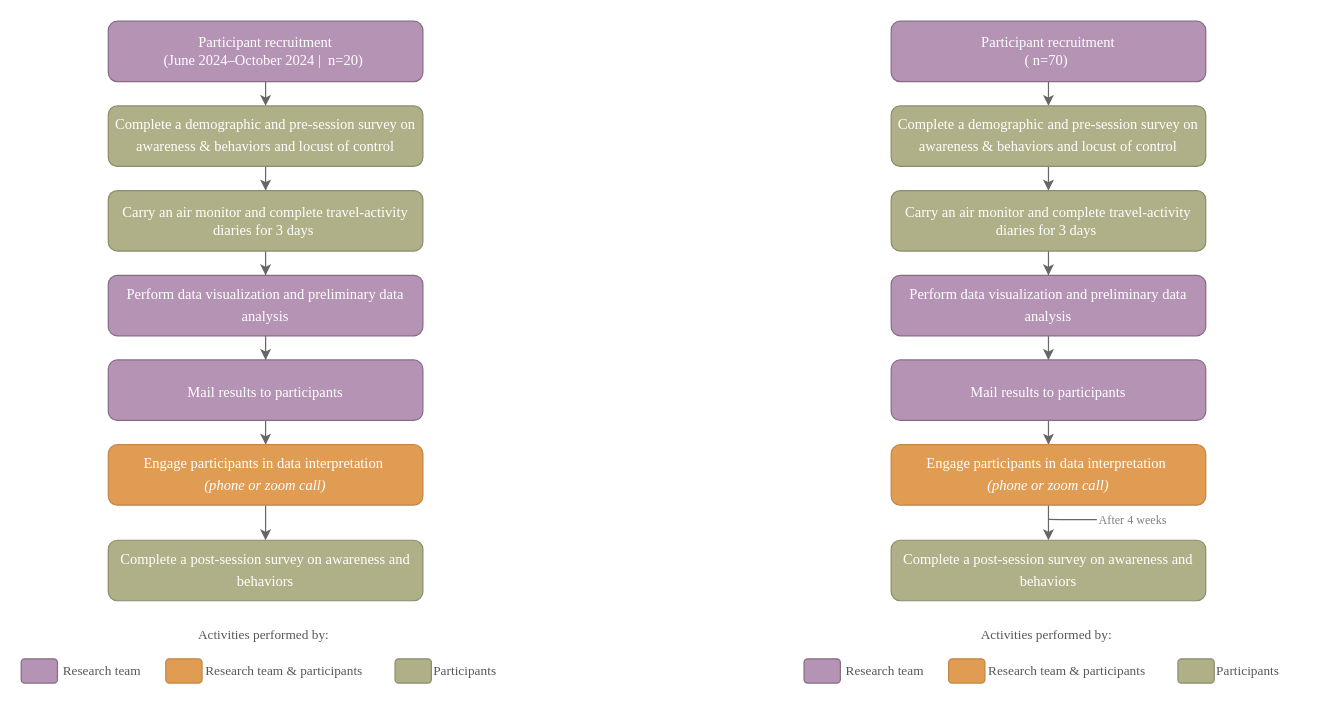
The draw.io diagram AirQualityDissertation.drawio in dealchre/gradDrawio, before the edit. Source tidied: cells renumbered, new cells numbered last; positions are measured from the earlier drawing's top-left corner, leaving out a move shared by most shapes. Both pictures are drawn from the tidied source at 121%, with x=0, y=0 at pixel (21, 21).
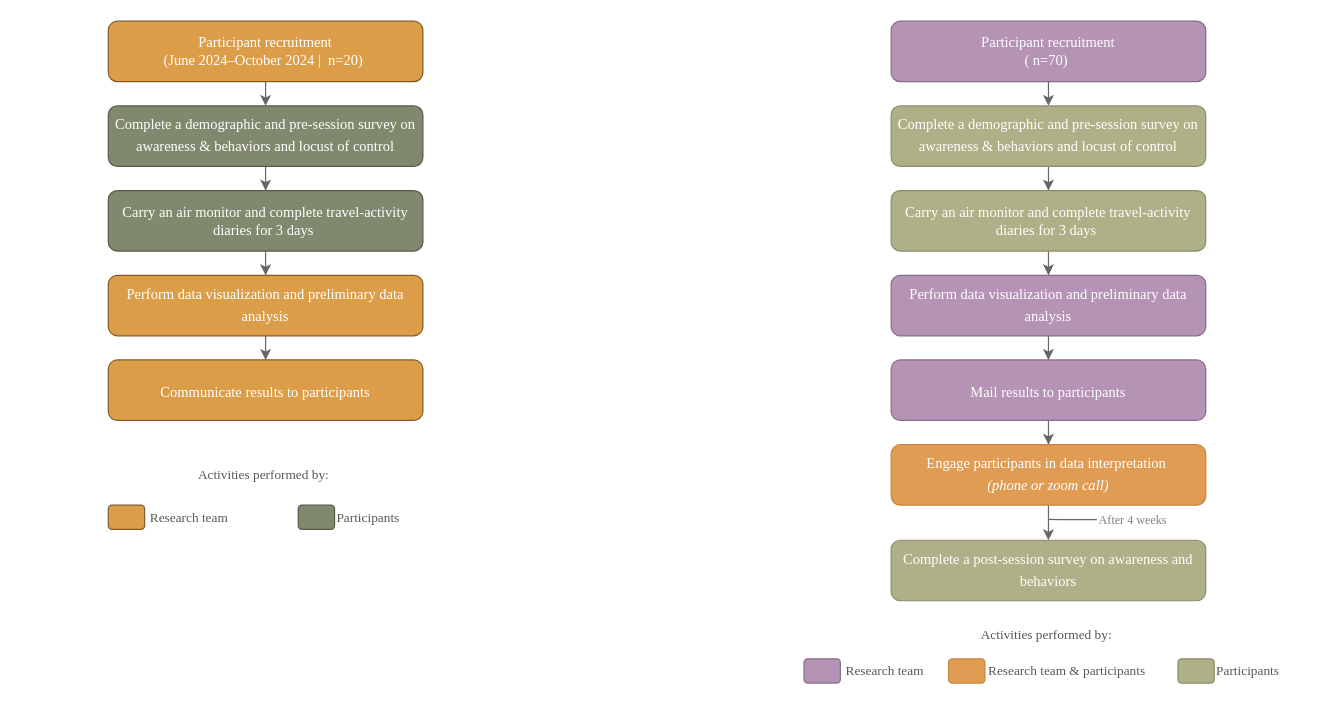
The same page after the edit.

The edit, as a diff of the source:
```diff
@@
-    <mxCell id="2" value="&lt;font style=&quot;font-size: 12px;&quot;&gt;Participant recruitment&lt;/font&gt;&lt;div&gt;&lt;font style=&quot;font-size: 12px;&quot;&gt;(June&lt;span style=&quot;text-align: start;&quot;&gt;&amp;nbsp;2024–October&lt;/span&gt;&lt;span style=&quot;text-align: start;&quot;&gt;&amp;nbsp;&lt;/span&gt;&lt;span style=&quot;text-align: start;&quot;&gt;&lt;/span&gt;2024 |&amp;nbsp;&lt;/font&gt;&lt;span style=&quot;background-color: initial;&quot;&gt;&amp;nbsp;n=20&lt;/span&gt;&lt;span style=&quot;background-color: initial;&quot;&gt;)&amp;nbsp;&lt;/span&gt;&lt;/div&gt;" style="rounded=1;whiteSpace=wrap;html=1;fontFamily=Times New Roman;fillColor=#B593B4;strokeColor=#856C84;fontColor=#FFFFFF;" parent="1" vertex="1">
+    <mxCell id="2" value="&lt;font style=&quot;font-size: 12px;&quot;&gt;Participant recruitment&lt;/font&gt;&lt;div&gt;&lt;font style=&quot;font-size: 12px;&quot;&gt;(June&lt;span style=&quot;text-align: start;&quot;&gt;&amp;nbsp;2024–October&lt;/span&gt;&lt;span style=&quot;text-align: start;&quot;&gt;&amp;nbsp;&lt;/span&gt;&lt;span style=&quot;text-align: start;&quot;&gt;&lt;/span&gt;2024 |&amp;nbsp;&lt;/font&gt;&lt;span style=&quot;background-color: initial;&quot;&gt;&amp;nbsp;n=20&lt;/span&gt;&lt;span style=&quot;background-color: initial;&quot;&gt;)&amp;nbsp;&lt;/span&gt;&lt;/div&gt;" style="rounded=1;whiteSpace=wrap;html=1;fontFamily=Times New Roman;fillColor=#DC9D48;strokeColor=#815C2A;fontColor=#FFFFFF;" parent="1" vertex="1">
       <mxGeometry x="72" width="260" height="50" as="geometry" />
     </mxCell>
@@
-    <mxCell id="4" value="&lt;span style=&quot;text-align: start;&quot;&gt;&lt;font style=&quot;font-size: 12px;&quot;&gt;Complete a demographic and pre-session survey on awareness &amp;amp; behaviors and locust of control&lt;/font&gt;&lt;/span&gt;&lt;span style=&quot;font-size: medium; text-align: start;&quot;&gt;&lt;/span&gt;" style="whiteSpace=wrap;html=1;rounded=1;fontFamily=Times New Roman;fillColor=#AFB088;strokeColor=#8b8c6c;fontColor=#FFFFFF;" parent="1" vertex="1">
+    <mxCell id="4" value="&lt;span style=&quot;text-align: start;&quot;&gt;&lt;font style=&quot;font-size: 12px;&quot;&gt;Complete a demographic and pre-session survey on awareness &amp;amp; behaviors and locust of control&lt;/font&gt;&lt;/span&gt;&lt;span style=&quot;font-size: medium; text-align: start;&quot;&gt;&lt;/span&gt;" style="whiteSpace=wrap;html=1;rounded=1;fontFamily=Times New Roman;fillColor=#80896E;strokeColor=#555B49;fontColor=#FFFFFF;" parent="1" vertex="1">
       <mxGeometry x="72" y="70" width="260" height="50" as="geometry" />
     </mxCell>
@@
-    <mxCell id="6" value="&lt;span style=&quot;text-align: start;&quot;&gt;&lt;font style=&quot;font-size: 12px;&quot;&gt;Carry an air monitor and complete travel-activity diaries for 3 days&amp;nbsp;&lt;/font&gt;&lt;/span&gt;" style="whiteSpace=wrap;html=1;rounded=1;fontFamily=Times New Roman;fillColor=#AFB088;strokeColor=#8b8c6c;fontColor=#FFFFFF;" parent="1" vertex="1">
+    <mxCell id="6" value="&lt;span style=&quot;text-align: start;&quot;&gt;&lt;font style=&quot;font-size: 12px;&quot;&gt;Carry an air monitor and complete travel-activity diaries for 3 days&amp;nbsp;&lt;/font&gt;&lt;/span&gt;" style="whiteSpace=wrap;html=1;rounded=1;fontFamily=Times New Roman;fillColor=#80896E;strokeColor=#555B49;fontColor=#FFFFFF;" parent="1" vertex="1">
       <mxGeometry x="72" y="140" width="260" height="50" as="geometry" />
     </mxCell>
@@
-    <mxCell id="8" value="&lt;span style=&quot;text-align: start; font-family: &amp;quot;Times New Roman&amp;quot;, serif;&quot;&gt;&lt;font style=&quot;font-size: 12px;&quot;&gt;Perform data visualization and preliminary data analysis&lt;/font&gt;&lt;/span&gt;&lt;span style=&quot;font-size: medium; text-align: start;&quot;&gt;&lt;/span&gt;" style="whiteSpace=wrap;html=1;rounded=1;fontFamily=Times New Roman;fillColor=#B593B4;strokeColor=#856C84;fontColor=#FFFFFF;" parent="1" vertex="1">
+    <mxCell id="8" value="&lt;span style=&quot;text-align: start; font-family: &amp;quot;Times New Roman&amp;quot;, serif;&quot;&gt;&lt;font style=&quot;font-size: 12px;&quot;&gt;Perform data visualization and preliminary data analysis&lt;/font&gt;&lt;/span&gt;&lt;span style=&quot;font-size: medium; text-align: start;&quot;&gt;&lt;/span&gt;" style="whiteSpace=wrap;html=1;rounded=1;fontFamily=Times New Roman;fillColor=#DC9D48;strokeColor=#815C2A;fontColor=#FFFFFF;" parent="1" vertex="1">
       <mxGeometry x="72" y="210" width="260" height="50" as="geometry" />
     </mxCell>
-    <mxCell id="9" style="edgeStyle=orthogonalEdgeStyle;rounded=0;jettySize=auto;html=1;fontFamily=Times New Roman;fontSize=12;fontColor=#FFFFFF;strokeColor=#666666;" parent="1" edge="1" source="10" target="12">
-      <mxGeometry relative="1" as="geometry" />
-    </mxCell>
-    <mxCell id="10" value="&lt;span style=&quot;text-align: start; font-family: &amp;quot;Times New Roman&amp;quot;, serif;&quot;&gt;&lt;font style=&quot;font-size: 12px;&quot;&gt;Mail results to participants&lt;/font&gt;&lt;/span&gt;&lt;span style=&quot;font-size: medium; text-align: start;&quot;&gt;&lt;/span&gt;" style="whiteSpace=wrap;html=1;rounded=1;fontFamily=Times New Roman;fillColor=#B593B4;strokeColor=#856C84;fontColor=#FFFFFF;" parent="1" vertex="1">
+    <mxCell id="10" value="&lt;span style=&quot;text-align: start; font-family: &amp;quot;Times New Roman&amp;quot;, serif;&quot;&gt;&lt;font style=&quot;font-size: 12px;&quot;&gt;Communicate results to participants&lt;/font&gt;&lt;/span&gt;&lt;span style=&quot;font-size: medium; text-align: start;&quot;&gt;&lt;/span&gt;" style="whiteSpace=wrap;html=1;rounded=1;fontFamily=Times New Roman;fillColor=#DC9D48;strokeColor=#815C2A;fontColor=#FFFFFF;" parent="1" vertex="1">
       <mxGeometry x="72" y="280" width="260" height="50" as="geometry" />
     </mxCell>
-    <mxCell id="11" style="edgeStyle=orthogonalEdgeStyle;rounded=0;jettySize=auto;html=1;fontFamily=Times New Roman;fontSize=12;fontColor=#FFFFFF;strokeColor=#666666;" parent="1" edge="1" source="12" target="13">
-      <mxGeometry relative="1" as="geometry" />
-    </mxCell>
-    <mxCell id="12" value="&lt;span style=&quot;text-align: start;&quot;&gt;&lt;font style=&quot;font-size: 12px;&quot;&gt;Engage participants in data interpretation&amp;nbsp;&lt;/font&gt;&lt;/span&gt;&lt;div&gt;&lt;span style=&quot;text-align: start;&quot;&gt;&lt;font style=&quot;font-size: 12px;&quot;&gt;&lt;i&gt;(phone or zoom call)&lt;/i&gt;&lt;/font&gt;&lt;/span&gt;&lt;span style=&quot;font-size: medium; text-align: start;&quot;&gt;&lt;/span&gt;&lt;/div&gt;" style="whiteSpace=wrap;html=1;rounded=1;fontFamily=Times New Roman;fillColor=#e19c53;strokeColor=#C28647;fontColor=#FFFFFF;" parent="1" vertex="1">
-      <mxGeometry x="72" y="350" width="260" height="50" as="geometry" />
-    </mxCell>
-    <mxCell id="13" value="&lt;span style=&quot;text-align: start; font-family: &amp;quot;Times New Roman&amp;quot;, serif;&quot;&gt;&lt;font style=&quot;font-size: 12px;&quot;&gt;Complete a post-session survey on awareness and behaviors&lt;/font&gt;&lt;/span&gt;&lt;span style=&quot;font-size: medium; text-align: start;&quot;&gt;&lt;/span&gt;" style="whiteSpace=wrap;html=1;rounded=1;fontFamily=Times New Roman;fillColor=#AFB088;strokeColor=#8b8c6c;fontColor=#FFFFFF;" parent="1" vertex="1">
-      <mxGeometry x="72" y="429" width="260" height="50" as="geometry" />
-    </mxCell>
     <mxCell id="14" value="Activities performed by:&amp;nbsp;" style="text;html=1;strokeColor=none;fillColor=none;align=center;verticalAlign=middle;whiteSpace=wrap;rounded=0;fontFamily=Times New Roman;fontSize=11;fontColor=#575757;" parent="1" vertex="1">
-      <mxGeometry x="72" y="492" width="260" height="30" as="geometry" />
+      <mxGeometry x="72" y="360" width="260" height="30" as="geometry" />
     </mxCell>
     <mxCell id="15" value="Research team" style="text;html=1;strokeColor=none;fillColor=none;align=center;verticalAlign=middle;whiteSpace=wrap;rounded=0;fontFamily=Times New Roman;fontSize=11;fontColor=#575757;" parent="1" vertex="1">
-      <mxGeometry x="22" y="522" width="90" height="30" as="geometry" />
+      <mxGeometry x="94" y="395" width="90" height="30" as="geometry" />
     </mxCell>
     <mxCell id="16" value="Participants" style="text;html=1;strokeColor=none;fillColor=none;align=center;verticalAlign=middle;whiteSpace=wrap;rounded=0;fontFamily=Times New Roman;fontSize=11;fontColor=#575757;" parent="1" vertex="1">
-      <mxGeometry x="322" y="522" width="90" height="30" as="geometry" />
+      <mxGeometry x="242" y="395" width="90" height="30" as="geometry" />
     </mxCell>
-    <mxCell id="17" value="&lt;span style=&quot;text-align: start; font-size: 11px;&quot;&gt;&lt;font style=&quot;font-size: 11px;&quot;&gt;Research team &amp;amp; participants&lt;/font&gt;&lt;/span&gt;&lt;span style=&quot;font-size: 11px; text-align: start;&quot;&gt;&lt;/span&gt;" style="text;html=1;strokeColor=none;fillColor=none;align=center;verticalAlign=middle;whiteSpace=wrap;rounded=0;fontFamily=Times New Roman;fontSize=11;fontColor=#575757;" parent="1" vertex="1">
-      <mxGeometry x="149.5" y="522" width="135" height="30" as="geometry" />
-    </mxCell>
-    <mxCell id="18" style="rounded=1;whiteSpace=wrap;html=1;fontFamily=Times New Roman;fontSize=11;fillColor=#B593B4;strokeColor=#856C84;fontColor=#575757;" parent="1" vertex="1">
-      <mxGeometry y="527" width="30" height="20" as="geometry" />
+    <mxCell id="18" style="rounded=1;whiteSpace=wrap;html=1;fontFamily=Times New Roman;fontSize=11;fillColor=#DC9D48;strokeColor=#815C2A;fontColor=#575757;" parent="1" vertex="1">
+      <mxGeometry x="72" y="400" width="30" height="20" as="geometry" />
     </mxCell>
-    <mxCell id="19" style="rounded=1;whiteSpace=wrap;html=1;fontFamily=Times New Roman;fontSize=11;fillColor=#AFB088;strokeColor=#8b8c6c;fontColor=#575757;" parent="1" vertex="1">
-      <mxGeometry x="309" y="527" width="30" height="20" as="geometry" />
+    <mxCell id="19" style="rounded=1;whiteSpace=wrap;html=1;fontFamily=Times New Roman;fontSize=11;fillColor=#80896E;strokeColor=#555B49;fontColor=#575757;" parent="1" vertex="1">
+      <mxGeometry x="229" y="400" width="30" height="20" as="geometry" />
     </mxCell>
-    <mxCell id="20" style="rounded=1;whiteSpace=wrap;html=1;fontFamily=Times New Roman;fontSize=11;fillColor=#e19c53;strokeColor=#C28647;fontColor=#575757;" parent="1" vertex="1">
-      <mxGeometry x="119.5" y="527" width="30" height="20" as="geometry" />
-    </mxCell>
```
